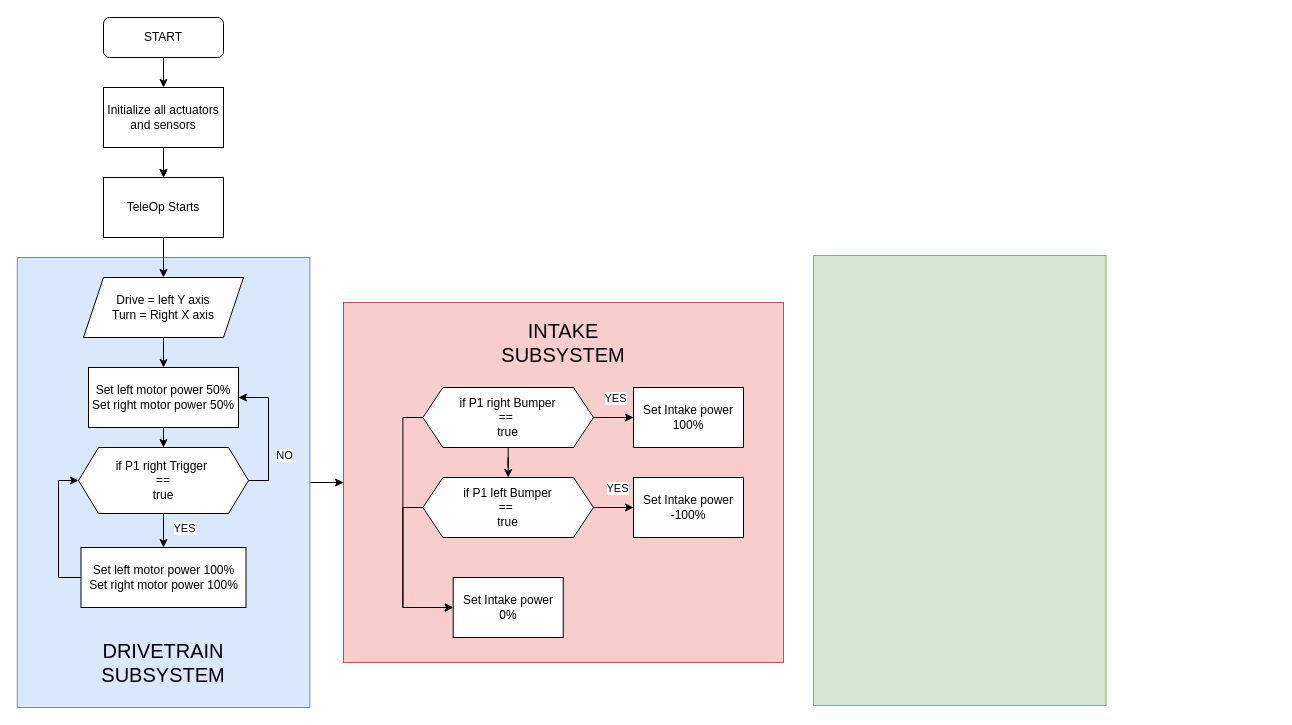
Before: Untitled Diagram.drawio in CoderAhza/FTC-FGC, a draw.io diagram. Source tidied: cells renumbered, new cells numbered last; positions are measured from the earlier drawing's top-left corner, leaving out a move shared by most shapes. Both pictures are drawn from the tidied source at 100%, with x=0, y=0 at pixel (17, 17).
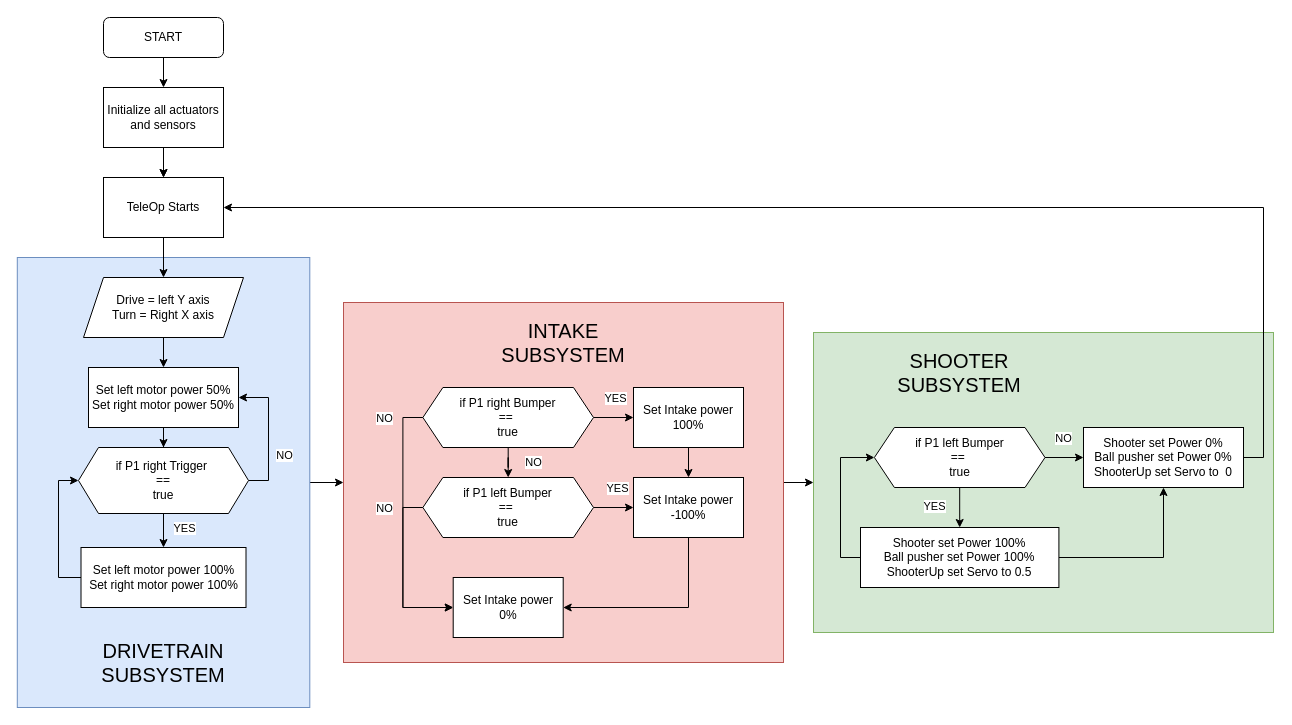
After the change.

Unchanged cells that the change refers to:
```xml
<mxCell id="12" value="TeleOp Starts" style="rounded=0;whiteSpace=wrap;html=1;" parent="1" vertex="1">
  <mxGeometry x="86" y="160" width="120" height="60" as="geometry" />
</mxCell>
<mxCell id="22" style="rounded=0;whiteSpace=wrap;html=1;fillColor=#f8cecc;strokeColor=#b85450;" parent="1" vertex="1">
  <mxGeometry x="326" y="285" width="440" height="360" as="geometry" />
</mxCell>
<mxCell id="27" style="edgeStyle=orthogonalEdgeStyle;rounded=0;jettySize=auto;html=1;exitX=0.5;exitY=1;exitDx=0;exitDy=0;" parent="1" edge="1" source="29" target="33">
  <mxGeometry relative="1" as="geometry" />
</mxCell>
<mxCell id="28" style="edgeStyle=orthogonalEdgeStyle;rounded=0;jettySize=auto;html=1;exitX=0;exitY=0.5;exitDx=0;exitDy=0;entryX=0;entryY=0.5;entryDx=0;entryDy=0;" parent="1" edge="1" source="29" target="36">
  <mxGeometry relative="1" as="geometry" />
</mxCell>
<mxCell id="30" value="Set Intake power 100%" style="rounded=0;whiteSpace=wrap;html=1;" parent="1" vertex="1">
  <mxGeometry x="616" y="370" width="110" height="60" as="geometry" />
</mxCell>
<mxCell id="32" style="edgeStyle=orthogonalEdgeStyle;rounded=0;jettySize=auto;html=1;exitX=0;exitY=0.5;exitDx=0;exitDy=0;entryX=0;entryY=0.5;entryDx=0;entryDy=0;" parent="1" edge="1" source="33" target="36">
  <mxGeometry relative="1" as="geometry" />
</mxCell>
<mxCell id="34" value="Set Intake power -100%" style="rounded=0;whiteSpace=wrap;html=1;" parent="1" vertex="1">
  <mxGeometry x="616" y="460" width="110" height="60" as="geometry" />
</mxCell>
<mxCell id="36" value="Set Intake power 0%" style="rounded=0;whiteSpace=wrap;html=1;" parent="1" vertex="1">
  <mxGeometry x="435.7" y="560" width="110" height="60" as="geometry" />
</mxCell>
```

Change to the diagram source:
```diff
@@
+    <mxCell id="38" style="edgeStyle=orthogonalEdgeStyle;rounded=0;jettySize=auto;html=1;exitX=1;exitY=0.5;exitDx=0;exitDy=0;" parent="1" edge="1" source="22" target="37">
+      <mxGeometry relative="1" as="geometry" />
+    </mxCell>
@@
+    <mxCell id="39" value="NO" style="edgeLabel;html=1;align=center;verticalAlign=middle;" parent="27" vertex="1">
+      <mxGeometry x="0.03" relative="1" as="geometry">
+        <mxPoint x="25" as="offset" />
+      </mxGeometry>
+    </mxCell>
@@
+    <mxCell id="40" value="NO" style="edgeLabel;html=1;align=center;verticalAlign=middle;" parent="28" vertex="1">
+      <mxGeometry x="-0.87" y="2" relative="1" as="geometry">
+        <mxPoint x="-22" y="-2" as="offset" />
+      </mxGeometry>
+    </mxCell>
@@
+    <mxCell id="41" style="edgeStyle=orthogonalEdgeStyle;rounded=0;jettySize=auto;html=1;exitX=0.5;exitY=1;exitDx=0;exitDy=0;" parent="1" edge="1" source="30" target="34">
+      <mxGeometry relative="1" as="geometry" />
+    </mxCell>
@@
+    <mxCell id="42" value="NO" style="edgeLabel;html=1;align=center;verticalAlign=middle;" parent="32" vertex="1">
+      <mxGeometry x="-0.77" y="-1" relative="1" as="geometry">
+        <mxPoint x="-18" as="offset" />
+      </mxGeometry>
+    </mxCell>
@@
+    <mxCell id="43" style="edgeStyle=orthogonalEdgeStyle;rounded=0;jettySize=auto;html=1;exitX=0.5;exitY=1;exitDx=0;exitDy=0;entryX=1;entryY=0.5;entryDx=0;entryDy=0;" parent="1" edge="1" source="34" target="36">
+      <mxGeometry relative="1" as="geometry" />
+    </mxCell>
@@
     <mxCell id="37" style="rounded=0;whiteSpace=wrap;html=1;fillColor=#d5e8d4;strokeColor=#82b366;" parent="1" vertex="1">
-      <mxGeometry x="796" y="238" width="292.5" height="450" as="geometry" />
+      <mxGeometry x="796" y="315" width="460" height="300" as="geometry" />
     </mxCell>
+    <mxCell id="44" value="&lt;span style=&quot;font-size: 20px;&quot;&gt;SHOOTER&lt;/span&gt;&lt;br&gt;&lt;div style=&quot;font-size: 20px;&quot;&gt;&lt;font style=&quot;font-size: 20px;&quot;&gt;SUBSYSTEM&lt;/font&gt;&lt;/div&gt;" style="text;html=1;align=center;verticalAlign=middle;whiteSpace=wrap;rounded=0;" parent="1" vertex="1">
+      <mxGeometry x="912.2" y="340" width="60" height="30" as="geometry" />
+    </mxCell>
+    <mxCell id="45" style="edgeStyle=orthogonalEdgeStyle;rounded=0;jettySize=auto;html=1;exitX=1;exitY=0.5;exitDx=0;exitDy=0;entryX=0;entryY=0.5;entryDx=0;entryDy=0;" parent="1" edge="1" source="49" target="51">
+      <mxGeometry relative="1" as="geometry" />
+    </mxCell>
+    <mxCell id="46" value="NO" style="edgeLabel;html=1;align=center;verticalAlign=middle;" parent="45" vertex="1">
+      <mxGeometry x="0.22" y="-1" relative="1" as="geometry">
+        <mxPoint x="-5" y="-21" as="offset" />
+      </mxGeometry>
+    </mxCell>
+    <mxCell id="47" style="edgeStyle=orthogonalEdgeStyle;rounded=0;jettySize=auto;html=1;exitX=0.5;exitY=1;exitDx=0;exitDy=0;entryX=0.5;entryY=0;entryDx=0;entryDy=0;" parent="1" edge="1" source="49" target="54">
+      <mxGeometry relative="1" as="geometry" />
+    </mxCell>
+    <mxCell id="48" value="YES" style="edgeLabel;html=1;align=center;verticalAlign=middle;" parent="47" vertex="1">
+      <mxGeometry x="0.11" y="1" relative="1" as="geometry">
+        <mxPoint x="-27" y="-4" as="offset" />
+      </mxGeometry>
+    </mxCell>
+    <mxCell id="49" value="if P1 left Bumper&lt;div&gt;==&amp;nbsp;&lt;/div&gt;&lt;div&gt;true&lt;/div&gt;" style="shape=hexagon;perimeter=hexagonPerimeter2;whiteSpace=wrap;html=1;fixedSize=1;" parent="1" vertex="1">
+      <mxGeometry x="856.9" y="410" width="170.6" height="60" as="geometry" />
+    </mxCell>
+    <mxCell id="50" style="edgeStyle=orthogonalEdgeStyle;rounded=0;jettySize=auto;html=1;exitX=1;exitY=0.5;exitDx=0;exitDy=0;entryX=1;entryY=0.5;entryDx=0;entryDy=0;" parent="1" edge="1" source="51" target="12">
+      <mxGeometry relative="1" as="geometry" />
+    </mxCell>
+    <mxCell id="51" value="Shooter set Power 0%&lt;div&gt;Ball pusher set Power 0%&lt;/div&gt;&lt;div&gt;ShooterUp set Servo to&amp;nbsp; 0&lt;/div&gt;" style="rounded=0;whiteSpace=wrap;html=1;" parent="1" vertex="1">
+      <mxGeometry x="1066" y="410" width="160" height="60" as="geometry" />
+    </mxCell>
+    <mxCell id="52" style="edgeStyle=orthogonalEdgeStyle;rounded=0;jettySize=auto;html=1;exitX=0;exitY=0.5;exitDx=0;exitDy=0;entryX=0;entryY=0.5;entryDx=0;entryDy=0;" parent="1" edge="1" source="54" target="49">
+      <mxGeometry relative="1" as="geometry" />
+    </mxCell>
+    <mxCell id="53" style="edgeStyle=orthogonalEdgeStyle;rounded=0;jettySize=auto;html=1;exitX=1;exitY=0.5;exitDx=0;exitDy=0;entryX=0.5;entryY=1;entryDx=0;entryDy=0;" parent="1" edge="1" source="54" target="51">
+      <mxGeometry relative="1" as="geometry" />
+    </mxCell>
+    <mxCell id="54" value="Shooter set Power 100%&lt;div&gt;Ball pusher set Power 100%&lt;/div&gt;&lt;div&gt;ShooterUp set Servo to 0.5&lt;/div&gt;" style="rounded=0;whiteSpace=wrap;html=1;" parent="1" vertex="1">
+      <mxGeometry x="843" y="510" width="198.4" height="60" as="geometry" />
+    </mxCell>
```
